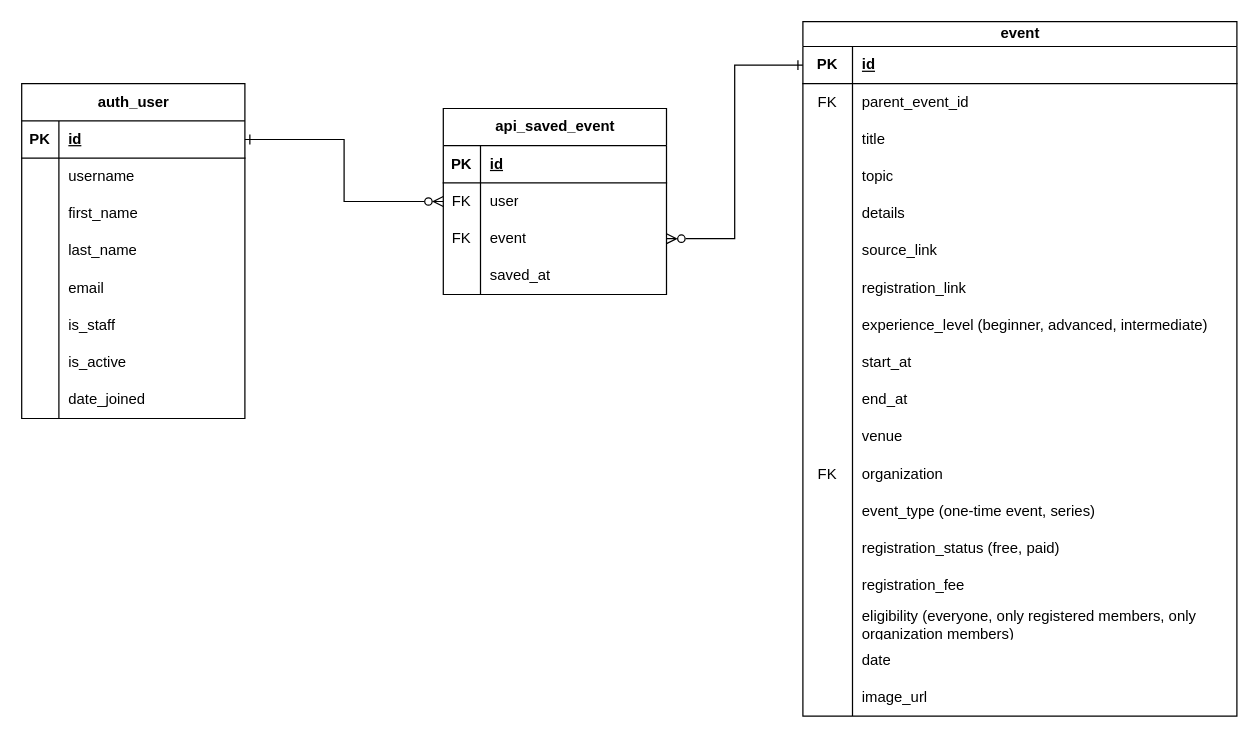
The draw.io diagram page "User" (2 of 2) of 2Gether.drawio in RHILIUS/drawio, before the edit. Source tidied: cells renumbered, new cells numbered last; positions are measured from the earlier drawing's top-left corner, leaving out a move shared by most shapes. Both pictures are drawn from the tidied source at 124%, with x=0, y=0 at pixel (21, 21).
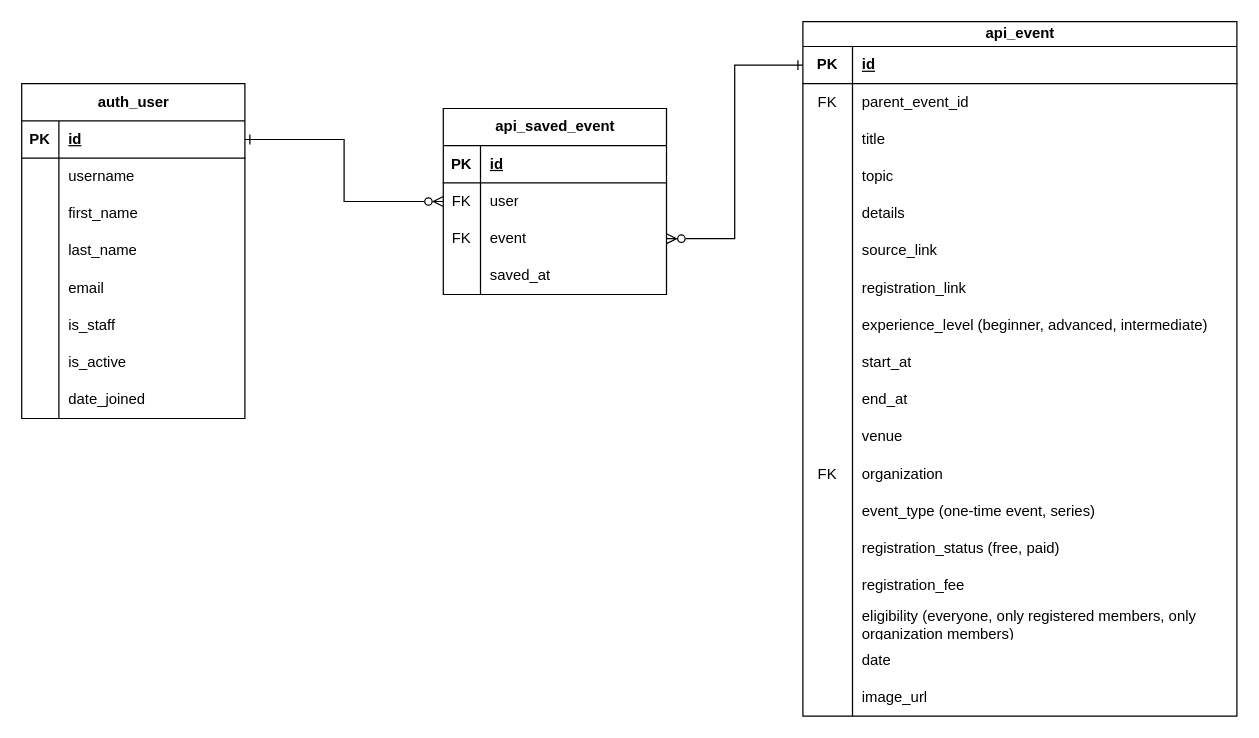
Above is the later version.

What changed in the source:
```diff
@@
-    <mxCell id="41" value="event" style="shape=table;startSize=20;childLayout=tableLayout;rowLines=0;fontStyle=1;align=center;html=1;" parent="1" vertex="1">
+    <mxCell id="41" value="api_event" style="shape=table;startSize=20;childLayout=tableLayout;rowLines=0;fontStyle=1;align=center;html=1;" parent="1" vertex="1">
       <mxGeometry x="630" width="350" height="560" as="geometry" />
     </mxCell>
```
